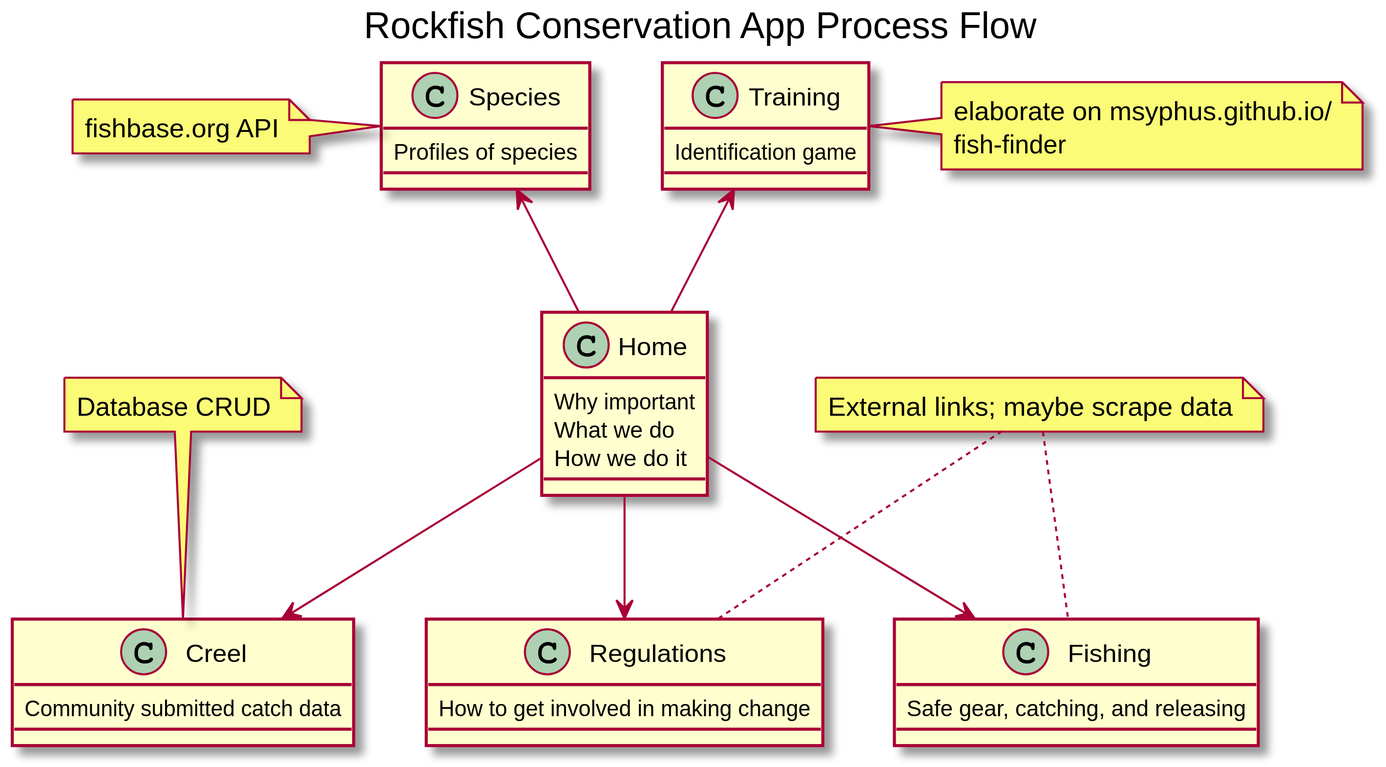
Before: out/client/processFlow/processFlow.svg, a diagram exported from PlantUML (cftgithub/rockfish-conservation). Source of this version:
```plantuml
@startuml "processFlow"

scale 2048 width
skinparam wrapwidth 200
skinparam maxMessageSize 500
skinparam backgroundColor #FFFFFF

title Rockfish Conservation App Process Flow

class Home {
    Why important
    What we do
    How we do it
}

class Species {
    Profiles of species
}


class Training {
    Identification game
}


class Creel {
    Community submitted catch data
}


class Fishing {
    Safe gear, catching, and releasing
}

class Regulations {
    How to get involved in making change
}

Home-->Creel
Species<--Home
Training<--Home
Home-->Fishing
Home-->Regulations

note left of Species: fishbase.org API
note right of Training: elaborate on msyphus.github.io/fish-finder
note top of Creel: Database CRUD
note "External links; maybe scrape data" as data
data .. Fishing
data .. Regulations

@enduml
```
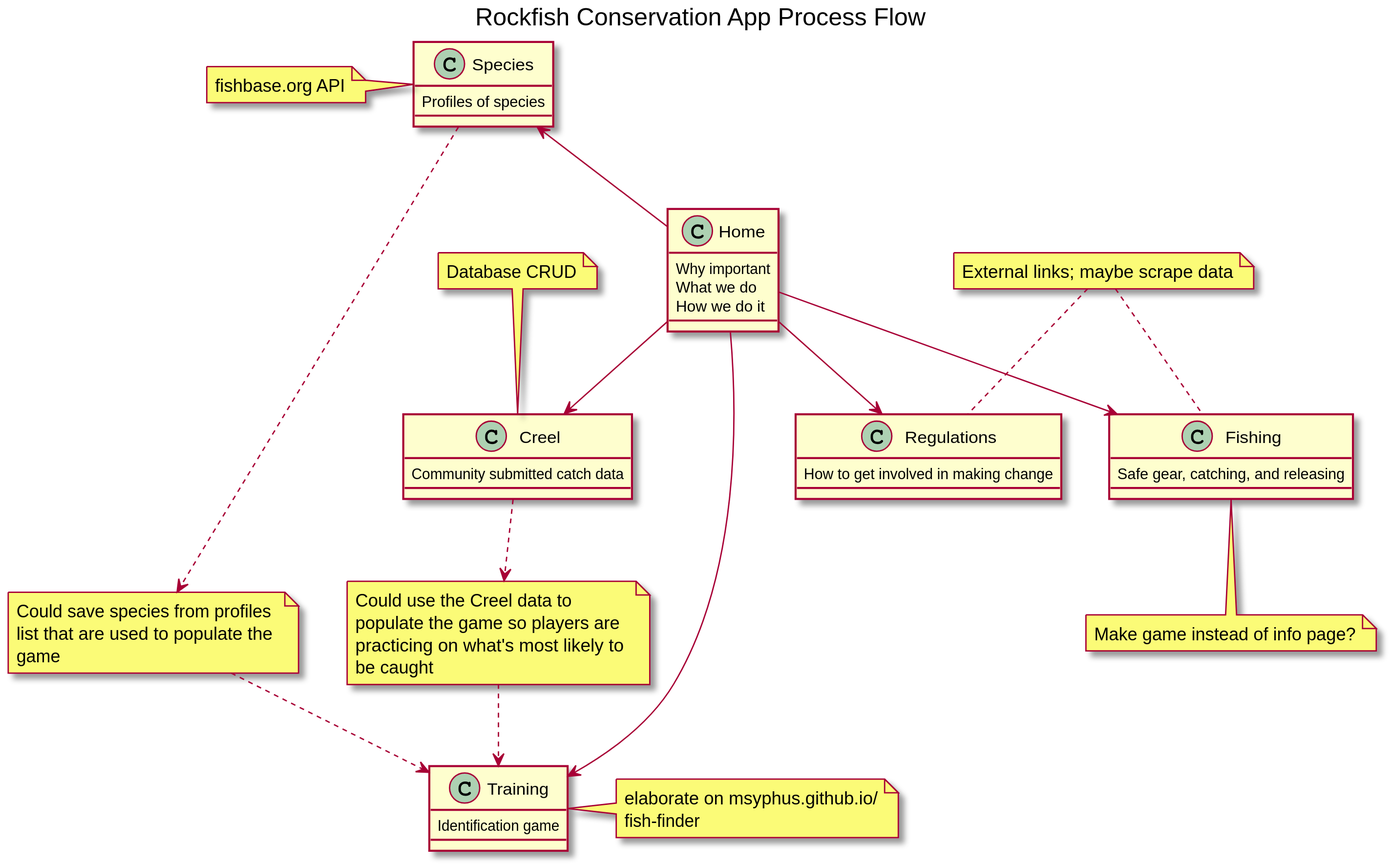
After the commit.

Commit message:
updated flow diagram

What changed in the source:
```diff
@@ -45,8 +45,16 @@
 note left of Species: fishbase.org API
 note right of Training: elaborate on msyphus.github.io/fish-finder
 note top of Creel: Database CRUD
+note bottom of Fishing: Make game instead of info page?
 note "External links; maybe scrape data" as data
+note "Could save species from profiles list that are used to populate the game" as idea1
+note "Could use the Creel data to populate the game so players are practicing on what's most likely to be caught" as idea2
 data .. Fishing
 data .. Regulations
+Species ..> idea1
+idea1 ..> Training
+Creel ..> idea2
+idea2 ..> Training
+
 
 @enduml
```
